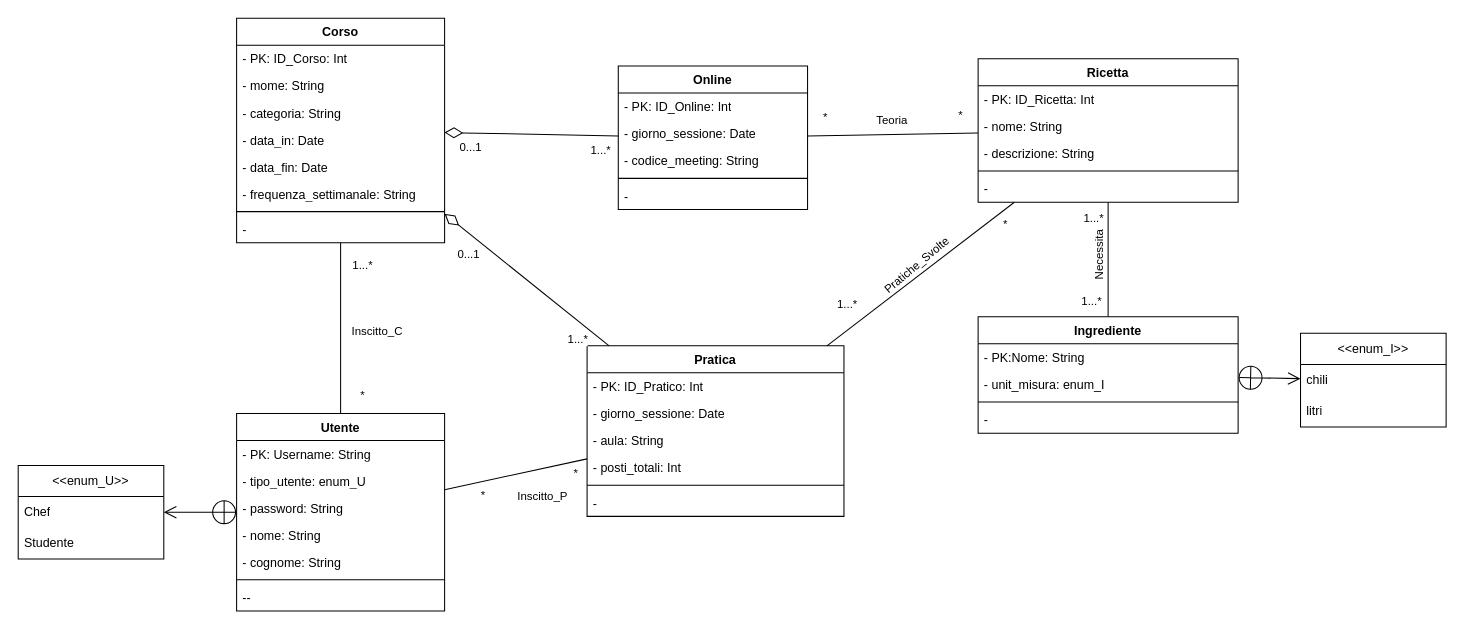
MetisWastaken/UninaFoodLab keeps this draw.io diagram as page "umlRistrutturato" (3 of 4) of bdd/uml/UML1.drawio. Above is the earlier version. Source tidied: cells renumbered, new cells numbered last; positions are measured from the earlier drawing's top-left corner, leaving out a move shared by most shapes. Both pictures are drawn from the tidied source at 104%, with x=0, y=0 at pixel (18, 18).
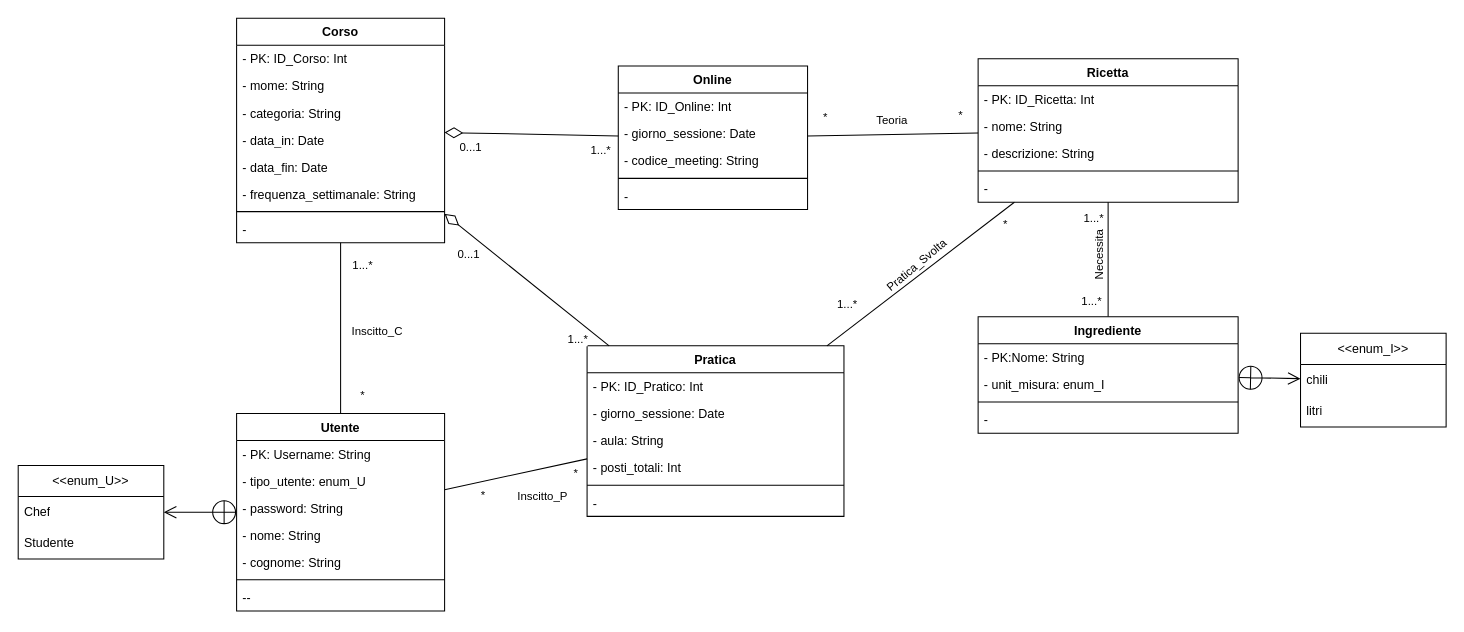
After the change.

Unchanged cells that the change refers to:
```xml
<mxCell id="49" style="edgeStyle=none;shape=connector;rounded=0;jettySize=auto;html=1;strokeColor=default;strokeWidth=1;align=center;verticalAlign=middle;endArrow=none;endFill=0;endSize=6;" parent="1" edge="1" source="25" target="36">
  <mxGeometry relative="1" as="geometry" />
</mxCell>
```

The edit, as a diff of the source:
```diff
@@
-    <mxCell id="52" value="Pratiche_Svolte" style="edgeLabel;html=1;align=center;verticalAlign=middle;rotation=-40;" parent="49" vertex="1">
+    <mxCell id="52" value="Pratica_Svolta" style="edgeLabel;html=1;align=center;verticalAlign=middle;rotation=-40;" parent="49" vertex="1">
       <mxGeometry x="0.03" y="1" relative="1" as="geometry">
         <mxPoint x="-7" y="-5" as="offset" />
       </mxGeometry>
     </mxCell>
```
